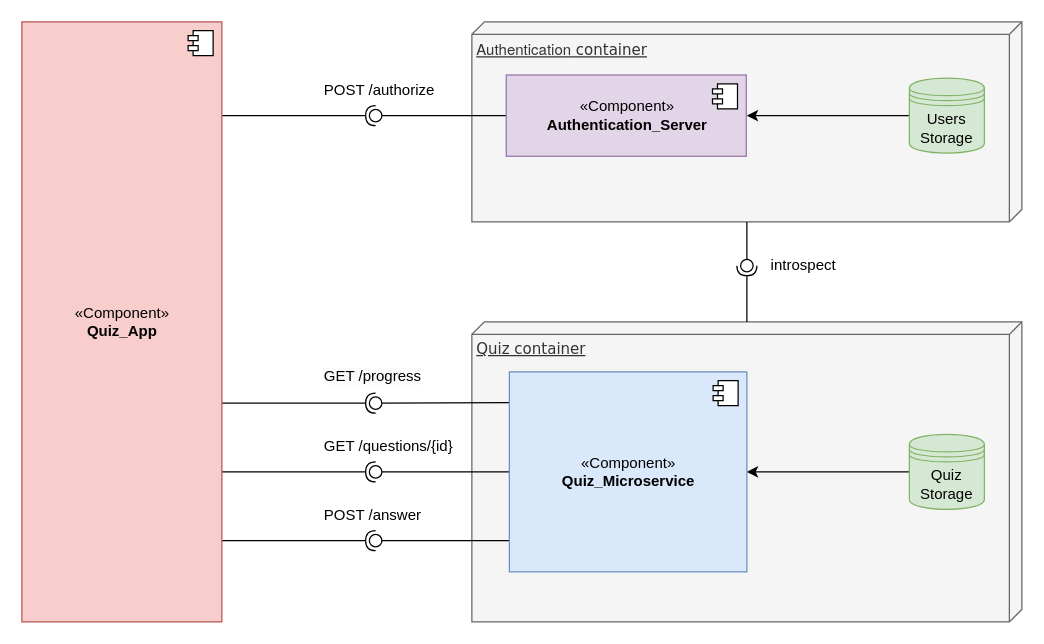
The draw.io diagram solution_design/solution_architecture/assets/quiz_backend-component_diagram-simplified.drawio in TomasGazo/slsp-solution-design-demo, before the edit. Source tidied: cells renumbered, new cells numbered last; positions are measured from the earlier drawing's top-left corner, leaving out a move shared by most shapes. Both pictures are drawn from the tidied source at 125%, with x=0, y=0 at pixel (21, 21).
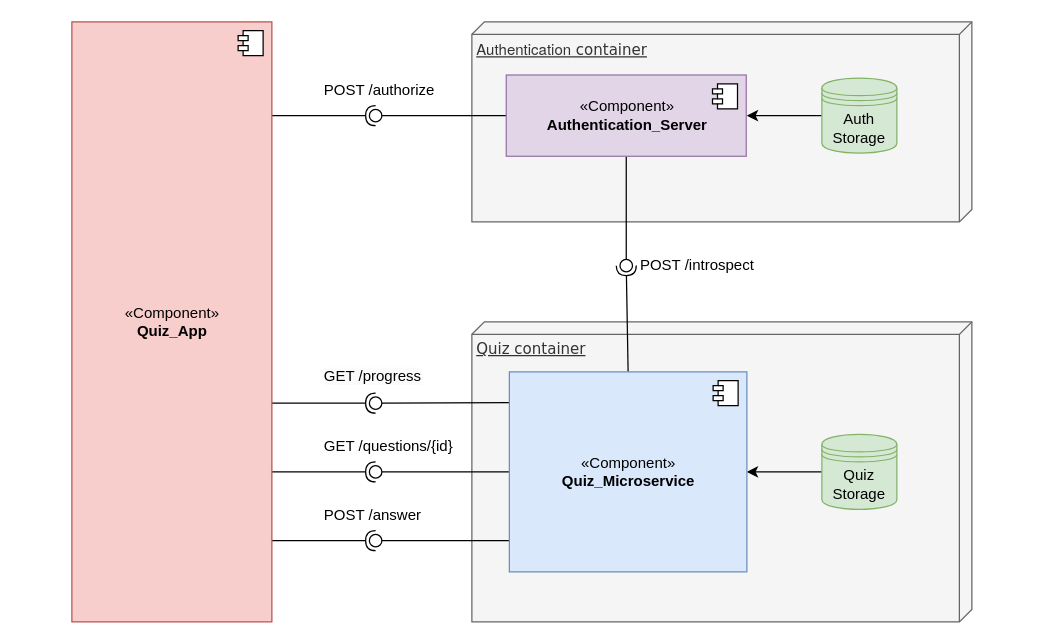
The same page after the edit.

Commit message (it also covers changes not shown here):
Quiz Microservice specification + other minor changes

Unchanged cells that the change refers to:
```xml
<mxCell id="31" value="«Component»&lt;br&gt;&lt;b&gt;Quiz_Microservice&lt;/b&gt;" style="html=1;fontSize=12;fillColor=#dae8fc;strokeColor=#6c8ebf;" parent="1" vertex="1">
  <mxGeometry x="390" y="280" width="190" height="160" as="geometry" />
</mxCell>
<mxCell id="33" value="«Component»&lt;br&gt;&lt;b&gt;Authentication_Server&lt;/b&gt;" style="html=1;fontSize=12;fillColor=#e1d5e7;strokeColor=#9673a6;" parent="1" vertex="1">
  <mxGeometry x="387.5" y="42.5" width="192" height="65" as="geometry" />
</mxCell>
```

What changed in the source:
```diff
@@
     <mxCell id="2" value="&lt;font style=&quot;font-size: 12px;&quot;&gt;&lt;span style=&quot;font-family: &amp;quot;Helvetica Neue&amp;quot;;&quot;&gt;Authentication&lt;/span&gt;&amp;nbsp;container&lt;/font&gt;" style="verticalAlign=top;align=left;spacingTop=8;spacingLeft=2;spacingRight=12;shape=cube;size=10;direction=south;fontStyle=4;html=1;rounded=0;shadow=0;comic=0;labelBackgroundColor=none;strokeWidth=1;fontFamily=Verdana;fontSize=12;fillColor=#f5f5f5;strokeColor=#666666;fontColor=#333333;" parent="1" vertex="1">
-      <mxGeometry x="360" width="440" height="160" as="geometry" />
+      <mxGeometry x="360" width="400" height="160" as="geometry" />
     </mxCell>
     <mxCell id="3" value="Quiz container" style="verticalAlign=top;align=left;spacingTop=8;spacingLeft=2;spacingRight=12;shape=cube;size=10;direction=south;fontStyle=4;html=1;rounded=0;shadow=0;comic=0;labelBackgroundColor=none;strokeWidth=1;fontFamily=Verdana;fontSize=12;fillColor=#f5f5f5;strokeColor=#666666;fontColor=#333333;" parent="1" vertex="1">
-      <mxGeometry x="360" y="240" width="440" height="240" as="geometry" />
+      <mxGeometry x="360" y="240" width="400" height="240" as="geometry" />
     </mxCell>
@@
-    <mxCell id="5" style="rounded=0;jettySize=auto;html=1;endArrow=none;endFill=0;sketch=0;sourcePerimeterSpacing=0;targetPerimeterSpacing=0;" parent="1" edge="1" source="2" target="7">
+    <mxCell id="5" style="rounded=0;jettySize=auto;html=1;endArrow=none;endFill=0;sketch=0;sourcePerimeterSpacing=0;targetPerimeterSpacing=0;exitX=0.5;exitY=1;exitDx=0;exitDy=0;" parent="1" edge="1" source="33" target="7">
       <mxGeometry relative="1" as="geometry" />
     </mxCell>
-    <mxCell id="6" style="rounded=0;jettySize=auto;html=1;endArrow=halfCircle;endFill=0;entryX=0.5;entryY=0.5;endSize=6;strokeWidth=1;sketch=0;" parent="1" edge="1" source="3" target="7">
+    <mxCell id="6" style="rounded=0;jettySize=auto;html=1;endArrow=halfCircle;endFill=0;entryX=0.5;entryY=0.5;endSize=6;strokeWidth=1;sketch=0;exitX=0.5;exitY=0;exitDx=0;exitDy=0;" parent="1" edge="1" source="31" target="7">
       <mxGeometry relative="1" as="geometry" />
     </mxCell>
     <mxCell id="7" style="ellipse;whiteSpace=wrap;html=1;align=center;points=[];outlineConnect=0;sketch=0;" parent="1" vertex="1">
-      <mxGeometry x="575" y="190" width="10" height="10" as="geometry" />
+      <mxGeometry x="478.5" y="190" width="10" height="10" as="geometry" />
     </mxCell>
-    <mxCell id="8" value="introspect" style="text;html=1;align=center;verticalAlign=middle;strokeColor=none;fillColor=none;" parent="1" vertex="1">
-      <mxGeometry x="585" y="180" width="80" height="30" as="geometry" />
+    <mxCell id="8" value="POST /introspect" style="text;html=1;align=center;verticalAlign=middle;strokeColor=none;fillColor=none;" parent="1" vertex="1">
+      <mxGeometry x="485" y="180" width="110" height="30" as="geometry" />
     </mxCell>
@@
-    <mxCell id="10" value="Users&lt;br&gt;Storage" style="shape=datastore;whiteSpace=wrap;html=1;fillColor=#d5e8d4;strokeColor=#82b366;" parent="1" vertex="1">
-      <mxGeometry x="710" y="45" width="60" height="60" as="geometry" />
+    <mxCell id="10" value="Auth&lt;br&gt;Storage" style="shape=datastore;whiteSpace=wrap;html=1;fillColor=#d5e8d4;strokeColor=#82b366;" parent="1" vertex="1">
+      <mxGeometry x="640" y="45" width="60" height="60" as="geometry" />
     </mxCell>
@@
     <mxCell id="12" value="Quiz Storage" style="shape=datastore;whiteSpace=wrap;html=1;fillColor=#d5e8d4;strokeColor=#82b366;" parent="1" vertex="1">
-      <mxGeometry x="710" y="330" width="60" height="60" as="geometry" />
+      <mxGeometry x="640" y="330" width="60" height="60" as="geometry" />
     </mxCell>
@@
     <mxCell id="29" value="«Component»&lt;br&gt;&lt;b&gt;Quiz_App&lt;/b&gt;" style="html=1;fontSize=12;fillColor=#f8cecc;strokeColor=#b85450;" parent="1" vertex="1">
-      <mxGeometry width="160" height="480" as="geometry" />
+      <mxGeometry x="40" width="160" height="480" as="geometry" />
     </mxCell>
```
